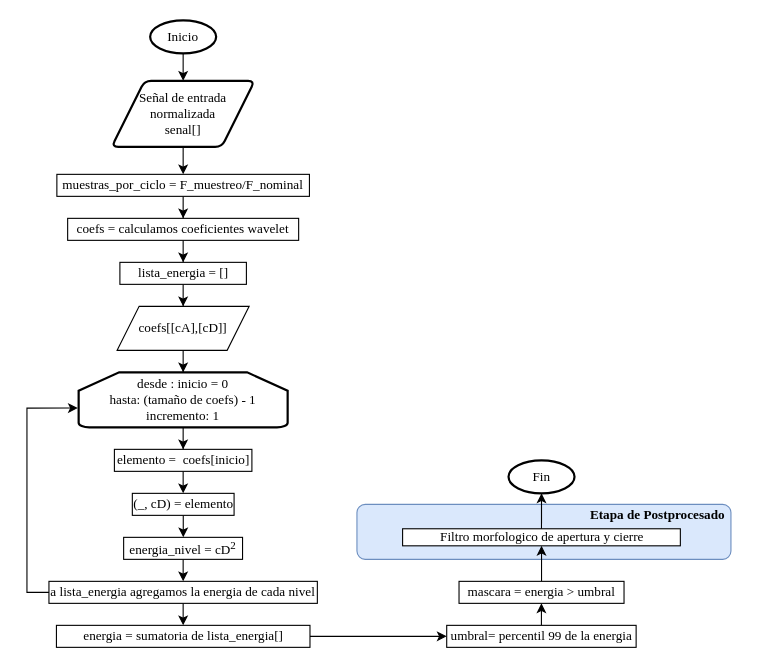
This is Diagramas_Flujo/Diagrama_Flujo_Wavelet.drawio from SGOLDYT/Power-Quality, a draw.io file, before an edit. Source tidied: cells renumbered, new cells numbered last; positions are measured from the earlier drawing's top-left corner, leaving out a move shared by most shapes. Both pictures are drawn from the tidied source at 110%, with x=0, y=0 at pixel (26, 20).
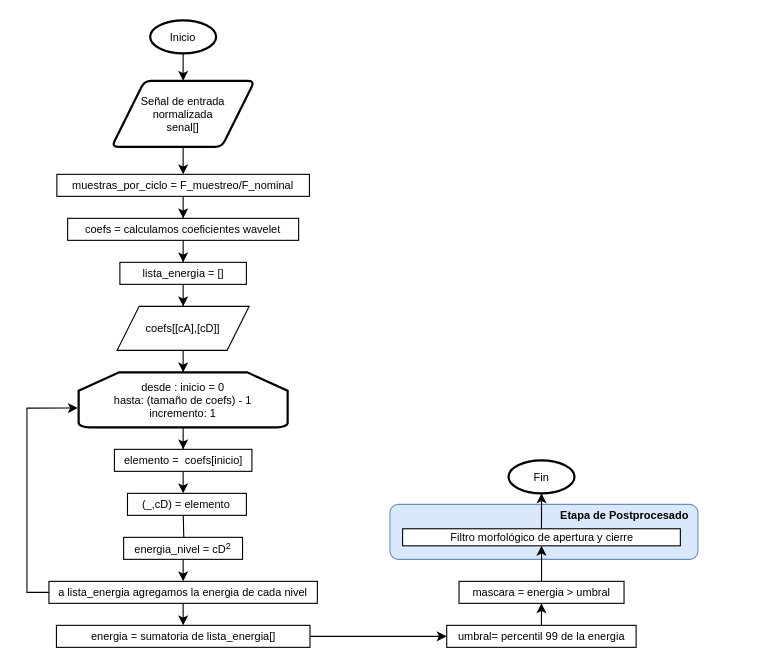
The same diagram, later.

The edit, as a diff of the source:
```diff
@@
+    <mxCell id="37" style="group;" parent="1" vertex="1">
+      <mxGeometry width="658" height="570" as="geometry" />
+    </mxCell>
-    <mxCell id="2" style="rounded=1;whiteSpace=wrap;html=1;fillColor=#dae8fc;strokeColor=#6c8ebf;" parent="1" vertex="1">
-      <mxGeometry x="300" y="440" width="340" height="50" as="geometry" />
+    <mxCell id="2" style="rounded=1;whiteSpace=wrap;html=1;fillColor=#dae8fc;strokeColor=#6c8ebf;fontFamily=Helvetica;fontSize=10;" parent="37" vertex="1">
+      <mxGeometry x="330" y="440" width="280" height="50" as="geometry" />
     </mxCell>
-    <mxCell id="3" style="edgeStyle=orthogonalEdgeStyle;rounded=0;jettySize=auto;html=1;exitX=0.5;exitY=1;exitDx=0;exitDy=0;exitPerimeter=0;entryX=0.5;entryY=0;entryDx=0;entryDy=0;" parent="1" edge="1" source="4" target="6">
+    <mxCell id="3" style="edgeStyle=orthogonalEdgeStyle;rounded=0;jettySize=auto;html=1;exitX=0.5;exitY=1;exitDx=0;exitDy=0;exitPerimeter=0;entryX=0.5;entryY=0;entryDx=0;entryDy=0;fontFamily=Helvetica;fontSize=10;" parent="37" edge="1" source="4" target="6">
       <mxGeometry relative="1" as="geometry" />
     </mxCell>
-    <mxCell id="4" value="&lt;font face=&quot;Times New Roman&quot;&gt;Inicio&lt;/font&gt;" style="strokeWidth=2;html=1;shape=mxgraph.flowchart.start_1;whiteSpace=wrap;" parent="1" vertex="1">
+    <mxCell id="4" value="&lt;font&gt;Inicio&lt;/font&gt;" style="strokeWidth=2;html=1;shape=mxgraph.flowchart.start_1;whiteSpace=wrap;fontFamily=Helvetica;fontSize=10;" parent="37" vertex="1">
       <mxGeometry x="112" width="60" height="30" as="geometry" />
     </mxCell>
-    <mxCell id="5" style="edgeStyle=orthogonalEdgeStyle;rounded=0;jettySize=auto;html=1;entryX=0.5;entryY=0;entryDx=0;entryDy=0;" parent="1" edge="1" source="6" target="32">
+    <mxCell id="5" style="edgeStyle=orthogonalEdgeStyle;rounded=0;jettySize=auto;html=1;entryX=0.5;entryY=0;entryDx=0;entryDy=0;fontFamily=Helvetica;fontSize=10;" parent="37" edge="1" source="6" target="32">
       <mxGeometry relative="1" as="geometry" />
     </mxCell>
-    <mxCell id="6" value="&lt;font face=&quot;Times New Roman&quot;&gt;Señal de entrada normalizada&lt;/font&gt;&lt;div&gt;&lt;font face=&quot;Times New Roman&quot;&gt;senal[]&lt;/font&gt;&lt;/div&gt;" style="shape=parallelogram;html=1;strokeWidth=2;perimeter=parallelogramPerimeter;whiteSpace=wrap;rounded=1;arcSize=12;size=0.23;" parent="1" vertex="1">
+    <mxCell id="6" value="&lt;font&gt;Señal de entrada normalizada&lt;/font&gt;&lt;div&gt;&lt;font&gt;senal[]&lt;/font&gt;&lt;/div&gt;" style="shape=parallelogram;html=1;strokeWidth=2;perimeter=parallelogramPerimeter;whiteSpace=wrap;rounded=1;arcSize=12;size=0.23;fontFamily=Helvetica;fontSize=10;" parent="37" vertex="1">
       <mxGeometry x="77" y="55" width="130" height="60" as="geometry" />
     </mxCell>
-    <mxCell id="7" style="edgeStyle=orthogonalEdgeStyle;rounded=0;jettySize=auto;html=1;entryX=0;entryY=0.5;entryDx=0;entryDy=0;" parent="1" edge="1" source="8" target="27">
+    <mxCell id="7" style="edgeStyle=orthogonalEdgeStyle;rounded=0;jettySize=auto;html=1;entryX=0;entryY=0.5;entryDx=0;entryDy=0;fontFamily=Helvetica;fontSize=10;" parent="37" edge="1" source="8" target="27">
       <mxGeometry relative="1" as="geometry" />
     </mxCell>
-    <mxCell id="8" value="&lt;font face=&quot;Times New Roman&quot;&gt;energia = sumatoria de lista_energia[]&lt;/font&gt;" style="rounded=0;whiteSpace=wrap;html=1;" parent="1" vertex="1">
+    <mxCell id="8" value="&lt;font&gt;energia = sumatoria de lista_energia[]&lt;/font&gt;" style="rounded=0;whiteSpace=wrap;html=1;fontFamily=Helvetica;fontSize=10;" parent="37" vertex="1">
       <mxGeometry x="26.8" y="550" width="230.5" height="20" as="geometry" />
     </mxCell>
-    <mxCell id="9" style="edgeStyle=orthogonalEdgeStyle;rounded=0;jettySize=auto;html=1;entryX=0.5;entryY=0;entryDx=0;entryDy=0;" parent="1" edge="1" source="10" target="24">
+    <mxCell id="9" style="edgeStyle=orthogonalEdgeStyle;rounded=0;jettySize=auto;html=1;entryX=0.5;entryY=0;entryDx=0;entryDy=0;fontFamily=Helvetica;fontSize=10;" parent="37" edge="1" source="10" target="24">
       <mxGeometry relative="1" as="geometry" />
     </mxCell>
-    <mxCell id="10" value="&lt;font face=&quot;Times New Roman&quot;&gt;coefs = calculamos coeficientes wavelet&lt;/font&gt;" style="rounded=0;whiteSpace=wrap;html=1;" parent="1" vertex="1">
+    <mxCell id="10" value="&lt;font&gt;coefs = calculamos coeficientes wavelet&lt;/font&gt;" style="rounded=0;whiteSpace=wrap;html=1;fontFamily=Helvetica;fontSize=10;" parent="37" vertex="1">
       <mxGeometry x="37" y="180" width="210" height="20" as="geometry" />
     </mxCell>
-    <mxCell id="11" style="edgeStyle=orthogonalEdgeStyle;rounded=0;jettySize=auto;html=1;entryX=0.5;entryY=0;entryDx=0;entryDy=0;" parent="1" edge="1" source="12" target="18">
-      <mxGeometry relative="1" as="geometry" />
+    <mxCell id="11" style="edgeStyle=orthogonalEdgeStyle;rounded=0;jettySize=auto;html=1;entryX=0.5;entryY=0;entryDx=0;entryDy=0;fontFamily=Helvetica;fontSize=10;" parent="37" edge="1" source="12">
+      <mxGeometry relative="1" as="geometry">
+        <mxPoint x="142" y="430" as="targetPoint" />
+      </mxGeometry>
     </mxCell>
-    <mxCell id="12" value="&lt;font face=&quot;Times New Roman&quot;&gt;elemento =&amp;nbsp; coefs[inicio]&lt;/font&gt;" style="rounded=0;whiteSpace=wrap;html=1;" parent="1" vertex="1">
+    <mxCell id="12" value="&lt;font&gt;elemento =&amp;nbsp; coefs[inicio]&lt;/font&gt;" style="rounded=0;whiteSpace=wrap;html=1;fontFamily=Helvetica;fontSize=10;" parent="37" vertex="1">
       <mxGeometry x="79.5" y="390" width="125" height="20" as="geometry" />
     </mxCell>
-    <mxCell id="13" value="&lt;font face=&quot;Times New Roman&quot;&gt;coefs[[cA],[cD]]&lt;/font&gt;" style="shape=parallelogram;perimeter=parallelogramPerimeter;whiteSpace=wrap;html=1;fixedSize=1;" parent="1" vertex="1">
+    <mxCell id="13" value="&lt;font&gt;coefs[[cA],[cD]]&lt;/font&gt;" style="shape=parallelogram;perimeter=parallelogramPerimeter;whiteSpace=wrap;html=1;fixedSize=1;fontFamily=Helvetica;fontSize=10;" parent="37" vertex="1">
       <mxGeometry x="82" y="260" width="120" height="40" as="geometry" />
     </mxCell>
-    <mxCell id="14" style="edgeStyle=orthogonalEdgeStyle;rounded=0;jettySize=auto;html=1;entryX=0.5;entryY=0;entryDx=0;entryDy=0;" parent="1" edge="1" source="15" target="12">
+    <mxCell id="14" style="edgeStyle=orthogonalEdgeStyle;rounded=0;jettySize=auto;html=1;entryX=0.5;entryY=0;entryDx=0;entryDy=0;fontFamily=Helvetica;fontSize=10;" parent="37" edge="1" source="15" target="12">
       <mxGeometry relative="1" as="geometry" />
     </mxCell>
-    <mxCell id="15" value="&lt;font face=&quot;Times New Roman&quot;&gt;desde : inicio = 0&lt;/font&gt;&lt;div&gt;&lt;font face=&quot;Times New Roman&quot;&gt;hasta: (tamaño de coefs) - 1&lt;/font&gt;&lt;/div&gt;&lt;div&gt;&lt;font face=&quot;Times New Roman&quot;&gt;incremento: 1&lt;/font&gt;&lt;/div&gt;" style="strokeWidth=2;html=1;shape=mxgraph.flowchart.loop_limit;whiteSpace=wrap;" parent="1" vertex="1">
+    <mxCell id="15" value="&lt;font&gt;desde : inicio = 0&lt;/font&gt;&lt;div&gt;&lt;font&gt;hasta: (tamaño de coefs) - 1&lt;/font&gt;&lt;/div&gt;&lt;div&gt;&lt;font&gt;incremento: 1&lt;/font&gt;&lt;/div&gt;" style="strokeWidth=2;html=1;shape=mxgraph.flowchart.loop_limit;whiteSpace=wrap;fontFamily=Helvetica;fontSize=10;" parent="37" vertex="1">
       <mxGeometry x="47" y="320" width="190" height="50" as="geometry" />
     </mxCell>
-    <mxCell id="16" style="edgeStyle=orthogonalEdgeStyle;rounded=0;jettySize=auto;html=1;entryX=0.5;entryY=0;entryDx=0;entryDy=0;entryPerimeter=0;" parent="1" edge="1" source="13" target="15">
+    <mxCell id="16" style="edgeStyle=orthogonalEdgeStyle;rounded=0;jettySize=auto;html=1;entryX=0.5;entryY=0;entryDx=0;entryDy=0;entryPerimeter=0;fontFamily=Helvetica;fontSize=10;" parent="37" edge="1" source="13" target="15">
       <mxGeometry relative="1" as="geometry" />
     </mxCell>
-    <mxCell id="17" style="edgeStyle=orthogonalEdgeStyle;rounded=0;jettySize=auto;html=1;" parent="1" edge="1" source="18" target="20">
-      <mxGeometry relative="1" as="geometry" />
+    <mxCell id="17" style="edgeStyle=orthogonalEdgeStyle;rounded=0;jettySize=auto;html=1;fontFamily=Helvetica;fontSize=10;" parent="37" edge="1" target="20">
+      <mxGeometry relative="1" as="geometry">
+        <mxPoint x="142.1" y="450" as="sourcePoint" />
+      </mxGeometry>
     </mxCell>
-    <mxCell id="18" value="&lt;font face=&quot;Times New Roman&quot;&gt;(_, cD) = elemento&lt;/font&gt;" style="rounded=0;whiteSpace=wrap;html=1;" parent="1" vertex="1">
-      <mxGeometry x="95.8" y="430" width="92.5" height="20" as="geometry" />
-    </mxCell>
-    <mxCell id="19" style="edgeStyle=orthogonalEdgeStyle;rounded=0;jettySize=auto;html=1;entryX=0.5;entryY=0;entryDx=0;entryDy=0;" parent="1" edge="1" source="20" target="22">
+    <mxCell id="19" style="edgeStyle=orthogonalEdgeStyle;rounded=0;jettySize=auto;html=1;entryX=0.5;entryY=0;entryDx=0;entryDy=0;fontFamily=Helvetica;fontSize=10;" parent="37" edge="1" source="20" target="22">
       <mxGeometry relative="1" as="geometry" />
     </mxCell>
-    <mxCell id="20" value="&lt;font face=&quot;Times New Roman&quot;&gt;energia_nivel = cD&lt;sup&gt;2&lt;/sup&gt;&lt;/font&gt;" style="rounded=0;whiteSpace=wrap;html=1;" parent="1" vertex="1">
+    <mxCell id="20" value="&lt;font&gt;energia_nivel = cD&lt;sup&gt;2&lt;/sup&gt;&lt;/font&gt;" style="rounded=0;whiteSpace=wrap;html=1;fontFamily=Helvetica;fontSize=10;" parent="37" vertex="1">
       <mxGeometry x="87.9" y="470" width="108.1" height="20" as="geometry" />
     </mxCell>
-    <mxCell id="21" style="edgeStyle=orthogonalEdgeStyle;rounded=0;jettySize=auto;html=1;entryX=0.5;entryY=0;entryDx=0;entryDy=0;" parent="1" edge="1" source="22" target="8">
+    <mxCell id="21" style="edgeStyle=orthogonalEdgeStyle;rounded=0;jettySize=auto;html=1;entryX=0.5;entryY=0;entryDx=0;entryDy=0;fontFamily=Helvetica;fontSize=10;" parent="37" edge="1" source="22" target="8">
       <mxGeometry relative="1" as="geometry" />
     </mxCell>
-    <mxCell id="22" value="&lt;font face=&quot;Times New Roman&quot;&gt;a lista_energia agregamos la energia de cada nivel&lt;/font&gt;" style="rounded=0;whiteSpace=wrap;html=1;" parent="1" vertex="1">
+    <mxCell id="22" value="&lt;font&gt;a lista_energia agregamos la energia de cada nivel&lt;/font&gt;" style="rounded=0;whiteSpace=wrap;html=1;fontFamily=Helvetica;fontSize=10;" parent="37" vertex="1">
       <mxGeometry x="20" y="510" width="244" height="20" as="geometry" />
     </mxCell>
-    <mxCell id="23" style="edgeStyle=orthogonalEdgeStyle;rounded=0;jettySize=auto;html=1;entryX=0.5;entryY=0;entryDx=0;entryDy=0;" parent="1" edge="1" source="24" target="13">
+    <mxCell id="23" style="edgeStyle=orthogonalEdgeStyle;rounded=0;jettySize=auto;html=1;entryX=0.5;entryY=0;entryDx=0;entryDy=0;fontFamily=Helvetica;fontSize=10;" parent="37" edge="1" source="24" target="13">
       <mxGeometry relative="1" as="geometry" />
     </mxCell>
-    <mxCell id="24" value="&lt;font face=&quot;Times New Roman&quot;&gt;lista_energia = []&lt;/font&gt;" style="rounded=0;whiteSpace=wrap;html=1;" parent="1" vertex="1">
+    <mxCell id="24" value="&lt;font&gt;lista_energia = []&lt;/font&gt;" style="rounded=0;whiteSpace=wrap;html=1;fontFamily=Helvetica;fontSize=10;" parent="37" vertex="1">
       <mxGeometry x="84.5" y="220" width="115" height="20" as="geometry" />
     </mxCell>
-    <mxCell id="25" style="edgeStyle=orthogonalEdgeStyle;rounded=0;orthogonalLoop=1;jettySize=auto;html=1;exitX=0.5;exitY=1;exitDx=0;exitDy=0;" parent="1" edge="1">
+    <mxCell id="25" style="edgeStyle=orthogonalEdgeStyle;rounded=0;orthogonalLoop=1;jettySize=auto;html=1;exitX=0.5;exitY=1;exitDx=0;exitDy=0;fontFamily=Helvetica;fontSize=10;" parent="37" edge="1">
       <mxGeometry relative="1" as="geometry">
         <mxPoint x="658" y="496.2" as="sourcePoint" />
         <mxPoint x="658" y="496.2" as="targetPoint" />
       </mxGeometry>
     </mxCell>
-    <mxCell id="26" style="edgeStyle=orthogonalEdgeStyle;rounded=0;jettySize=auto;html=1;entryX=0.5;entryY=1;entryDx=0;entryDy=0;" parent="1" edge="1" source="27" target="29">
+    <mxCell id="26" style="edgeStyle=orthogonalEdgeStyle;rounded=0;jettySize=auto;html=1;entryX=0.5;entryY=1;entryDx=0;entryDy=0;fontFamily=Helvetica;fontSize=10;" parent="37" edge="1" source="27" target="29">
       <mxGeometry relative="1" as="geometry" />
     </mxCell>
-    <mxCell id="27" value="&lt;font face=&quot;Times New Roman&quot;&gt;umbral= percentil 99 de la energia&lt;/font&gt;" style="rounded=0;whiteSpace=wrap;html=1;" parent="1" vertex="1">
+    <mxCell id="27" value="&lt;font&gt;umbral= percentil 99 de la energia&lt;/font&gt;" style="rounded=0;whiteSpace=wrap;html=1;fontFamily=Helvetica;fontSize=10;" parent="37" vertex="1">
       <mxGeometry x="381.6" y="550" width="172.2" height="20" as="geometry" />
     </mxCell>
-    <mxCell id="28" style="edgeStyle=orthogonalEdgeStyle;rounded=0;jettySize=auto;html=1;" parent="1" edge="1" source="29" target="30">
+    <mxCell id="28" style="edgeStyle=orthogonalEdgeStyle;rounded=0;jettySize=auto;html=1;fontFamily=Helvetica;fontSize=10;" parent="37" edge="1" source="29" target="30">
       <mxGeometry relative="1" as="geometry" />
     </mxCell>
-    <mxCell id="29" value="&lt;font face=&quot;Times New Roman&quot;&gt;mascara = energia &amp;gt; umbral&lt;/font&gt;" style="rounded=0;whiteSpace=wrap;html=1;" parent="1" vertex="1">
+    <mxCell id="29" value="&lt;font&gt;mascara = energia &amp;gt; umbral&lt;/font&gt;" style="rounded=0;whiteSpace=wrap;html=1;fontFamily=Helvetica;fontSize=10;" parent="37" vertex="1">
       <mxGeometry x="392.8" y="510" width="150" height="20" as="geometry" />
     </mxCell>
-    <mxCell id="30" value="&lt;font face=&quot;Times New Roman&quot;&gt;Filtro morfologico de apertura y cierre&lt;/font&gt;" style="rounded=0;whiteSpace=wrap;html=1;" parent="1" vertex="1">
+    <mxCell id="30" value="&lt;font&gt;Filtro morfológico de apertura y cierre&lt;/font&gt;" style="rounded=0;whiteSpace=wrap;html=1;fontFamily=Helvetica;fontSize=10;" parent="37" vertex="1">
       <mxGeometry x="341.5" y="462.2" width="252.5" height="15.5" as="geometry" />
     </mxCell>
-    <mxCell id="31" style="edgeStyle=orthogonalEdgeStyle;rounded=0;jettySize=auto;html=1;entryX=0.5;entryY=0;entryDx=0;entryDy=0;" parent="1" edge="1" source="32" target="10">
+    <mxCell id="31" style="edgeStyle=orthogonalEdgeStyle;rounded=0;jettySize=auto;html=1;entryX=0.5;entryY=0;entryDx=0;entryDy=0;fontFamily=Helvetica;fontSize=10;" parent="37" edge="1" source="32" target="10">
       <mxGeometry relative="1" as="geometry" />
     </mxCell>
-    <mxCell id="32" value="&lt;font face=&quot;Times New Roman&quot;&gt;muestras_por_ciclo = F_muestreo/F_nominal&lt;/font&gt;" style="rounded=0;whiteSpace=wrap;html=1;" parent="1" vertex="1">
+    <mxCell id="32" value="&lt;font&gt;muestras_por_ciclo = F_muestreo/F_nominal&lt;/font&gt;" style="rounded=0;whiteSpace=wrap;html=1;fontFamily=Helvetica;fontSize=10;" parent="37" vertex="1">
       <mxGeometry x="27.2" y="140" width="229.6" height="20" as="geometry" />
     </mxCell>
-    <mxCell id="33" value="&lt;font face=&quot;Times New Roman&quot;&gt;&lt;b&gt;Etapa de Postprocesado&lt;/b&gt;&lt;/font&gt;" style="text;html=1;align=center;verticalAlign=middle;whiteSpace=wrap;rounded=0;" parent="1" vertex="1">
-      <mxGeometry x="510" y="440" width="127" height="20" as="geometry" />
+    <mxCell id="33" value="&lt;font&gt;&lt;b&gt;Etapa de Postprocesado&lt;/b&gt;&lt;/font&gt;" style="text;html=1;align=center;verticalAlign=middle;whiteSpace=wrap;rounded=0;fontFamily=Helvetica;fontSize=10;" parent="37" vertex="1">
+      <mxGeometry x="480" y="440" width="127" height="20" as="geometry" />
     </mxCell>
-    <mxCell id="34" value="&lt;font face=&quot;Times New Roman&quot;&gt;Fin&lt;/font&gt;" style="strokeWidth=2;html=1;shape=mxgraph.flowchart.start_1;whiteSpace=wrap;" parent="1" vertex="1">
+    <mxCell id="34" value="&lt;font&gt;Fin&lt;/font&gt;" style="strokeWidth=2;html=1;shape=mxgraph.flowchart.start_1;whiteSpace=wrap;fontFamily=Helvetica;fontSize=10;" parent="37" vertex="1">
       <mxGeometry x="437.8" y="400" width="60" height="30" as="geometry" />
     </mxCell>
-    <mxCell id="35" style="edgeStyle=orthogonalEdgeStyle;rounded=0;jettySize=auto;html=1;entryX=-0.004;entryY=0.649;entryDx=0;entryDy=0;entryPerimeter=0;" parent="1" edge="1" source="22" target="15">
+    <mxCell id="35" style="edgeStyle=orthogonalEdgeStyle;rounded=0;jettySize=auto;html=1;entryX=-0.004;entryY=0.649;entryDx=0;entryDy=0;entryPerimeter=0;fontFamily=Helvetica;fontSize=10;" parent="37" edge="1" source="22" target="15">
       <mxGeometry relative="1" as="geometry">
         <Array as="points">
           <mxPoint y="520" />
           <mxPoint y="353" />
         </Array>
       </mxGeometry>
     </mxCell>
-    <mxCell id="36" style="edgeStyle=orthogonalEdgeStyle;rounded=0;jettySize=auto;html=1;exitX=0.5;exitY=0;exitDx=0;exitDy=0;entryX=0.5;entryY=1;entryDx=0;entryDy=0;entryPerimeter=0;" parent="1" edge="1" source="30" target="34">
+    <mxCell id="36" style="edgeStyle=orthogonalEdgeStyle;rounded=0;jettySize=auto;html=1;exitX=0.5;exitY=0;exitDx=0;exitDy=0;entryX=0.5;entryY=1;entryDx=0;entryDy=0;entryPerimeter=0;fontFamily=Helvetica;fontSize=10;" parent="37" edge="1" source="30" target="34">
       <mxGeometry relative="1" as="geometry" />
     </mxCell>
+    <mxCell id="38" value="(_,cD) = elemento" style="rounded=0;whiteSpace=wrap;html=1;fontFamily=Helvetica;fontSize=10;" parent="37" vertex="1">
+      <mxGeometry x="91.4" y="430" width="108.1" height="20" as="geometry" />
+    </mxCell>
```
